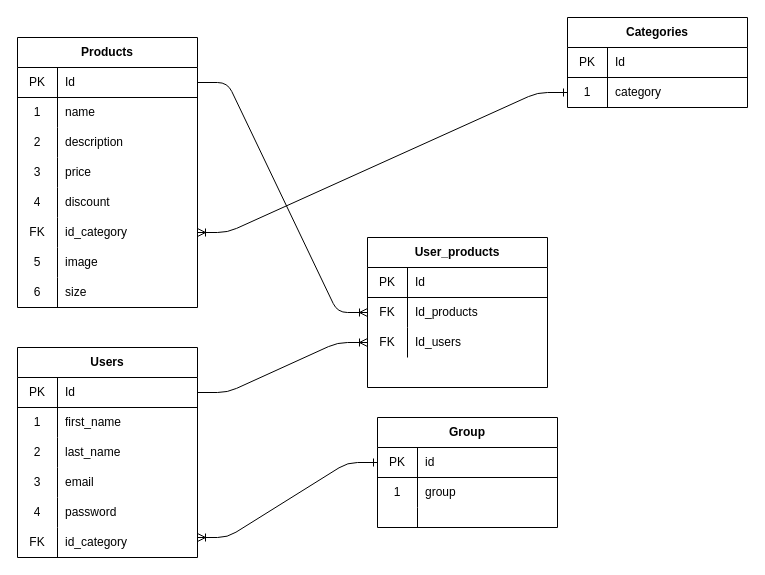
0920CDFSNCN27ARED/grupo-10 keeps this draw.io diagram as little_BU.drawio. Above is the earlier version. Source tidied: cells renumbered, new cells numbered last; positions are measured from the earlier drawing's top-left corner, leaving out a move shared by most shapes. Both pictures are drawn from the tidied source at 100%, with x=0, y=0 at pixel (17, 17).
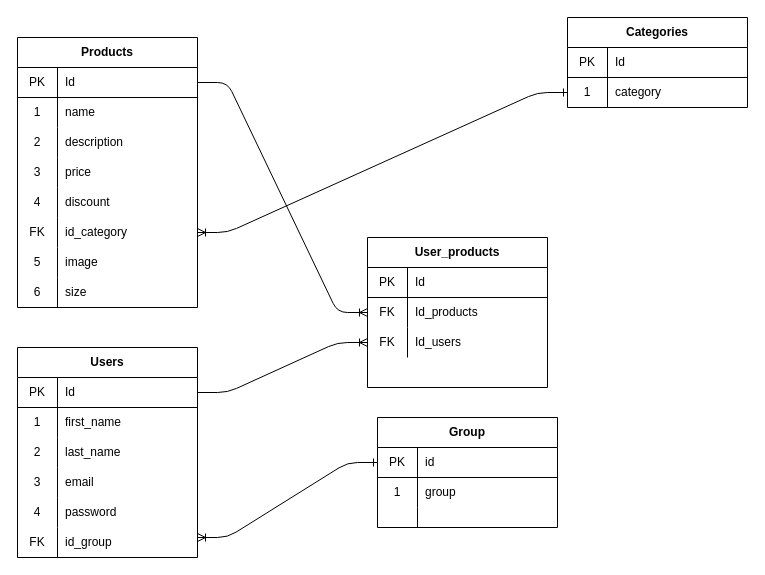
The same diagram, later.

Unchanged cells that the change refers to:
```xml
<mxCell id="43" style="shape=partialRectangle;html=1;whiteSpace=wrap;fillColor=none;top=0;left=0;bottom=0;right=0;" parent="27" vertex="1">
  <mxGeometry y="180" width="180" height="30" as="geometry" />
</mxCell>
```

Change to the diagram source:
```diff
@@
-    <mxCell id="45" value="id_category" style="shape=partialRectangle;html=1;whiteSpace=wrap;fillColor=none;top=0;left=0;bottom=0;right=0;align=left;spacingLeft=6;overflow=hidden;" parent="43" vertex="1">
+    <mxCell id="45" value="id_group" style="shape=partialRectangle;html=1;whiteSpace=wrap;fillColor=none;top=0;left=0;bottom=0;right=0;align=left;spacingLeft=6;overflow=hidden;" parent="43" vertex="1">
       <mxGeometry x="40" width="140" height="30" as="geometry" />
     </mxCell>
```
